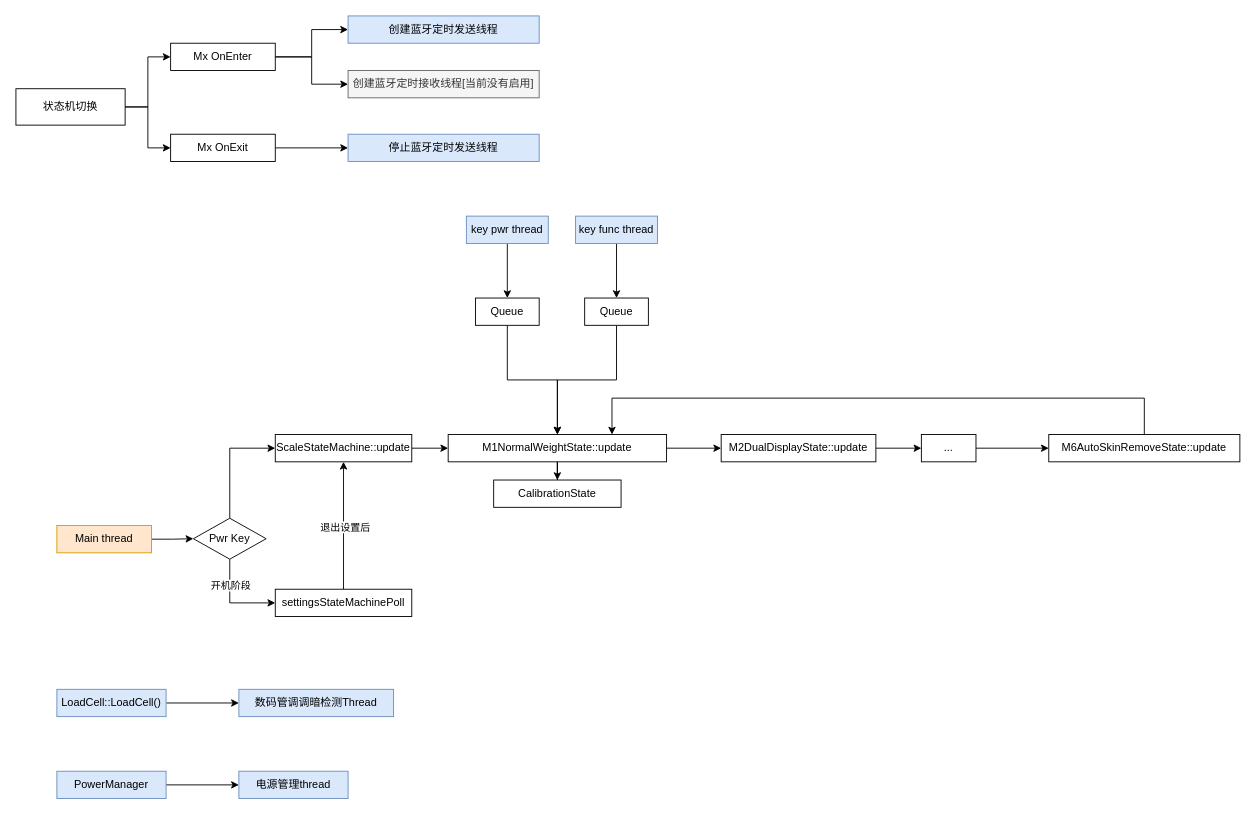
Before: CoffeeWs/未命名绘图.drawio in mailonghua/drawio, a draw.io diagram. Source tidied: cells renumbered, new cells numbered last; positions are measured from the earlier drawing's top-left corner, leaving out a move shared by most shapes. Both pictures are drawn from the tidied source at 91%, with x=0, y=0 at pixel (15, 15).
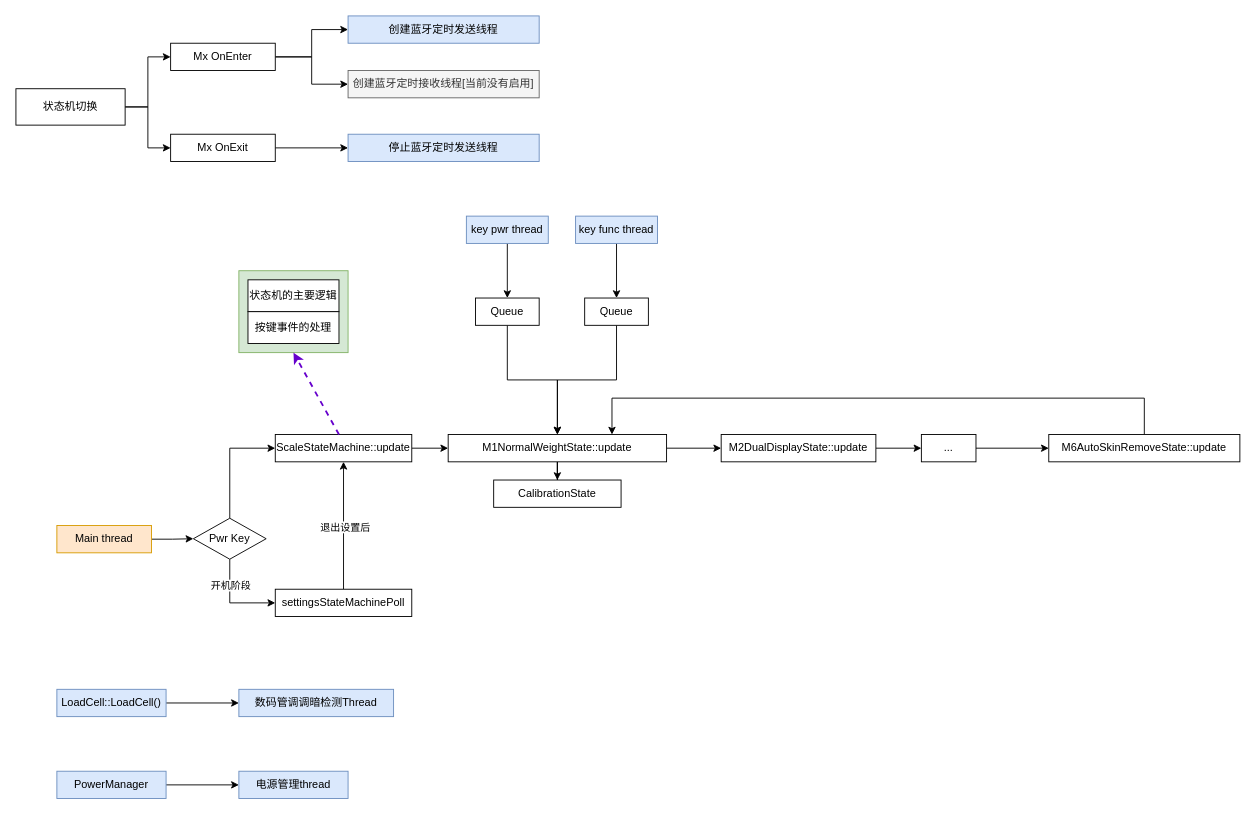
The same diagram, later.

Commit message:
更新未命名绘图.drawio

What changed in the source:
```diff
@@
+    <mxCell id="48" style="group;" parent="1" vertex="1">
+      <mxGeometry x="245" y="280" width="120" height="90" as="geometry" />
+    </mxCell>
+    <mxCell id="49" style="rounded=0;whiteSpace=wrap;html=1;fillColor=#d5e8d4;strokeColor=#82b366;" parent="48" vertex="1">
+      <mxGeometry width="120" height="90" as="geometry" />
+    </mxCell>
+    <mxCell id="50" value="状态机的主要逻辑" style="rounded=0;whiteSpace=wrap;html=1;" parent="48" vertex="1">
+      <mxGeometry x="10" y="10" width="100" height="35" as="geometry" />
+    </mxCell>
+    <mxCell id="51" value="按键事件的处理" style="rounded=0;whiteSpace=wrap;html=1;" parent="48" vertex="1">
+      <mxGeometry x="10" y="45" width="100" height="35" as="geometry" />
+    </mxCell>
@@
+    <mxCell id="52" style="endArrow=classic;html=1;rounded=0;entryX=0.5;entryY=1;entryDx=0;entryDy=0;dashed=1;strokeWidth=2;strokeColor=#6600CC;" parent="1" edge="1" target="49">
+      <mxGeometry relative="1" as="geometry">
+        <mxPoint x="355" y="460" as="sourcePoint" />
+      </mxGeometry>
+    </mxCell>
```
